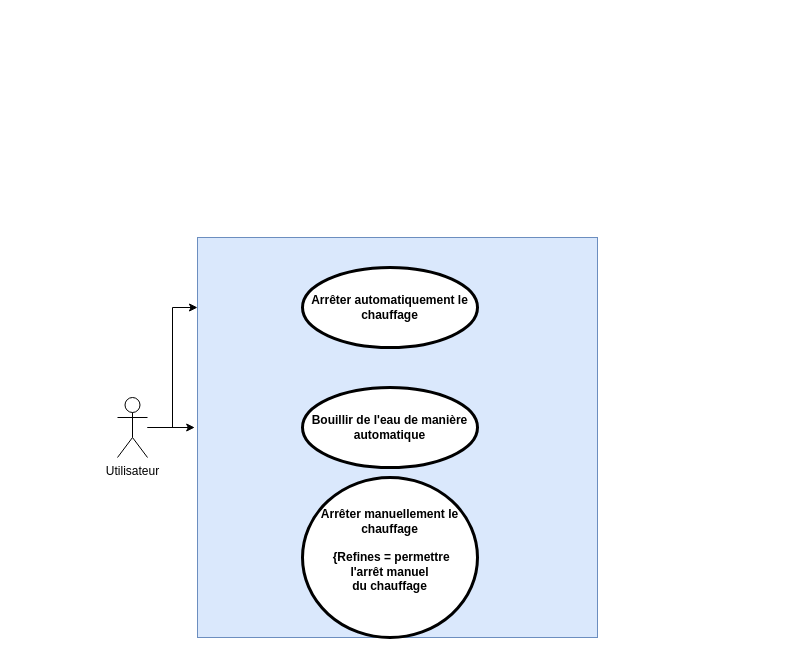
Before: docs/Diagramme.drawio in goulven-b/mon_classeur, a draw.io diagram. Source tidied: cells renumbered, new cells numbered last; positions are measured from the earlier drawing's top-left corner, leaving out a move shared by most shapes. Both pictures are drawn from the tidied source at 100%, with x=0, y=0 at pixel (117, 237).
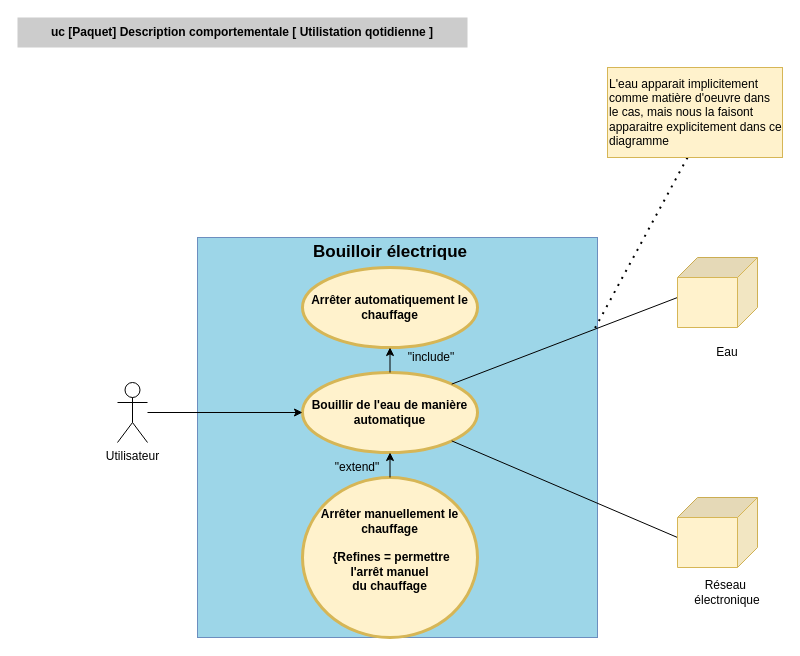
Above is the later version.

Commit message:
Mettre à jour Diagramme.drawio

Diff of the diagram source:
```diff
@@
-    <mxCell id="2" style="whiteSpace=wrap;html=1;fillColor=#dae8fc;strokeColor=#6c8ebf;" parent="1" vertex="1">
+    <mxCell id="2" style="whiteSpace=wrap;html=1;fillColor=#9DD6E8;strokeColor=#6c8ebf;" parent="1" vertex="1">
       <mxGeometry x="80" width="400" height="400" as="geometry" />
     </mxCell>
-    <mxCell id="3" style="edgeStyle=orthogonalEdgeStyle;rounded=0;jettySize=auto;html=1;" parent="1" edge="1" source="4" target="2">
-      <mxGeometry relative="1" as="geometry">
-        <Array as="points">
-          <mxPoint x="55" y="190" />
-          <mxPoint x="55" y="70" />
-        </Array>
-      </mxGeometry>
-    </mxCell>
     <mxCell id="4" value="Utilisateur" style="shape=umlActor;html=1;verticalLabelPosition=bottom;verticalAlign=top;align=center;" parent="1" vertex="1">
-      <mxGeometry y="160" width="30" height="60" as="geometry" />
+      <mxGeometry y="145" width="30" height="60" as="geometry" />
     </mxCell>
-    <mxCell id="5" value="Arrêter automatiquement le chauffage" style="shape=ellipse;html=1;strokeWidth=3;fontStyle=1;whiteSpace=wrap;align=center;perimeter=ellipsePerimeter;" parent="1" vertex="1">
+    <mxCell id="5" value="Arrêter automatiquement le chauffage" style="shape=ellipse;html=1;strokeWidth=3;fontStyle=1;whiteSpace=wrap;align=center;perimeter=ellipsePerimeter;fillColor=#fff2cc;strokeColor=#d6b656;" parent="1" vertex="1">
       <mxGeometry x="185" y="30" width="175" height="80" as="geometry" />
     </mxCell>
-    <mxCell id="6" value="Bouillir de l'eau de manière automatique" style="shape=ellipse;html=1;strokeWidth=3;fontStyle=1;whiteSpace=wrap;align=center;perimeter=ellipsePerimeter;" parent="1" vertex="1">
-      <mxGeometry x="185" y="150" width="175" height="80" as="geometry" />
+    <mxCell id="6" value="Bouillir de l'eau de manière automatique" style="shape=ellipse;html=1;strokeWidth=3;fontStyle=1;whiteSpace=wrap;align=center;perimeter=ellipsePerimeter;fillColor=#fff2cc;strokeColor=#d6b656;" parent="1" vertex="1">
+      <mxGeometry x="185" y="135" width="175" height="80" as="geometry" />
     </mxCell>
-    <mxCell id="7" value="Arrêter manuellement le chauffage&lt;div&gt;&lt;span style=&quot;background-color: transparent; color: light-dark(rgb(0, 0, 0), rgb(255, 255, 255));&quot;&gt;&lt;br&gt;&lt;/span&gt;&lt;/div&gt;&lt;div&gt;&lt;span style=&quot;background-color: transparent; color: light-dark(rgb(0, 0, 0), rgb(255, 255, 255));&quot;&gt;&amp;nbsp;{Refines = permettre&lt;/span&gt;&lt;/div&gt;&lt;div style=&quot;&quot;&gt;&lt;span style=&quot;background-color: transparent; color: light-dark(rgb(0, 0, 0), rgb(255, 255, 255));&quot;&gt;l'arrêt manuel&lt;/span&gt;&lt;/div&gt;&lt;div style=&quot;&quot;&gt;&lt;span style=&quot;background-color: transparent; color: light-dark(rgb(0, 0, 0), rgb(255, 255, 255));&quot;&gt;du chauffage&lt;/span&gt;&lt;/div&gt;&lt;div style=&quot;&quot;&gt;&amp;nbsp; &amp;nbsp;&amp;nbsp;&lt;/div&gt;" style="shape=ellipse;html=1;strokeWidth=3;fontStyle=1;whiteSpace=wrap;align=center;perimeter=ellipsePerimeter;" parent="1" vertex="1">
+    <mxCell id="7" value="Arrêter manuellement le chauffage&lt;div&gt;&lt;span style=&quot;background-color: transparent; color: light-dark(rgb(0, 0, 0), rgb(255, 255, 255));&quot;&gt;&lt;br&gt;&lt;/span&gt;&lt;/div&gt;&lt;div&gt;&lt;span style=&quot;background-color: transparent; color: light-dark(rgb(0, 0, 0), rgb(255, 255, 255));&quot;&gt;&amp;nbsp;{Refines = permettre&lt;/span&gt;&lt;/div&gt;&lt;div style=&quot;&quot;&gt;&lt;span style=&quot;background-color: transparent; color: light-dark(rgb(0, 0, 0), rgb(255, 255, 255));&quot;&gt;l'arrêt manuel&lt;/span&gt;&lt;/div&gt;&lt;div style=&quot;&quot;&gt;&lt;span style=&quot;background-color: transparent; color: light-dark(rgb(0, 0, 0), rgb(255, 255, 255));&quot;&gt;du chauffage&lt;/span&gt;&lt;/div&gt;&lt;div style=&quot;&quot;&gt;&amp;nbsp; &amp;nbsp;&amp;nbsp;&lt;/div&gt;" style="shape=ellipse;html=1;strokeWidth=3;fontStyle=1;whiteSpace=wrap;align=center;perimeter=ellipsePerimeter;fillColor=#fff2cc;strokeColor=#d6b656;" parent="1" vertex="1">
       <mxGeometry x="185" y="240" width="175" height="160" as="geometry" />
     </mxCell>
-    <mxCell id="8" style="edgeStyle=orthogonalEdgeStyle;rounded=0;jettySize=auto;html=1;entryX=-0.007;entryY=0.475;entryDx=0;entryDy=0;entryPerimeter=0;" parent="1" edge="1" source="4" target="2">
-      <mxGeometry relative="1" as="geometry" />
-    </mxCell>
+    <mxCell id="9" style="endArrow=none;html=1;rounded=0;exitX=1;exitY=0;exitDx=0;exitDy=0;" parent="1" edge="1" source="6">
+      <mxGeometry relative="1" as="geometry">
+        <mxPoint x="560" y="60" as="targetPoint" />
+      </mxGeometry>
+    </mxCell>
+    <mxCell id="10" style="endArrow=none;html=1;rounded=0;exitX=1;exitY=1;exitDx=0;exitDy=0;" parent="1" edge="1" source="6">
+      <mxGeometry relative="1" as="geometry">
+        <mxPoint x="560" y="300" as="targetPoint" />
+      </mxGeometry>
+    </mxCell>
+    <mxCell id="11" style="shape=cube;whiteSpace=wrap;html=1;boundedLbl=1;backgroundOutline=1;darkOpacity=0.05;darkOpacity2=0.1;size=20;direction=south;fillColor=#fff2cc;strokeColor=#d6b656;" parent="1" vertex="1">
+      <mxGeometry x="560" y="20" width="80" height="70" as="geometry" />
+    </mxCell>
+    <mxCell id="12" style="endArrow=classic;html=1;rounded=0;entryX=0;entryY=0.5;entryDx=0;entryDy=0;" parent="1" edge="1" source="4" target="6">
+      <mxGeometry relative="1" as="geometry" />
+    </mxCell>
+    <mxCell id="13" style="endArrow=classic;html=1;rounded=0;exitX=0.5;exitY=0;exitDx=0;exitDy=0;entryX=0.5;entryY=1;entryDx=0;entryDy=0;" parent="1" edge="1" source="7" target="6">
+      <mxGeometry relative="1" as="geometry" />
+    </mxCell>
+    <mxCell id="14" style="endArrow=classic;html=1;rounded=0;exitX=0.5;exitY=0;exitDx=0;exitDy=0;entryX=0.5;entryY=1;entryDx=0;entryDy=0;" parent="1" edge="1" source="6" target="5">
+      <mxGeometry relative="1" as="geometry" />
+    </mxCell>
+    <mxCell id="15" value="&quot;extend&quot;" style="text;html=1;whiteSpace=wrap;strokeColor=none;fillColor=none;align=center;verticalAlign=middle;rounded=0;" parent="1" vertex="1">
+      <mxGeometry x="210" y="215" width="60" height="30" as="geometry" />
+    </mxCell>
+    <mxCell id="16" value="&quot;include&quot;" style="text;html=1;whiteSpace=wrap;strokeColor=none;fillColor=none;align=center;verticalAlign=middle;rounded=0;" parent="1" vertex="1">
+      <mxGeometry x="284" y="105" width="60" height="30" as="geometry" />
+    </mxCell>
+    <mxCell id="17" value="Eau" style="text;html=1;whiteSpace=wrap;strokeColor=none;fillColor=none;align=center;verticalAlign=middle;rounded=0;" parent="1" vertex="1">
+      <mxGeometry x="580" y="100" width="60" height="30" as="geometry" />
+    </mxCell>
+    <mxCell id="18" value="Réseau&amp;nbsp;&lt;div&gt;électronique&lt;/div&gt;" style="text;html=1;whiteSpace=wrap;strokeColor=none;fillColor=none;align=center;verticalAlign=middle;rounded=0;" parent="1" vertex="1">
+      <mxGeometry x="580" y="340" width="60" height="30" as="geometry" />
+    </mxCell>
+    <mxCell id="19" style="endArrow=none;dashed=1;html=1;dashPattern=1 3;strokeWidth=2;rounded=0;entryX=0.993;entryY=0.228;entryDx=0;entryDy=0;entryPerimeter=0;" parent="1" edge="1" target="2">
+      <mxGeometry relative="1" as="geometry">
+        <mxPoint x="570" y="-80" as="sourcePoint" />
+      </mxGeometry>
+    </mxCell>
+    <mxCell id="20" value="L'eau apparait implicitement comme matière d'oeuvre dans le cas, mais nous la faisont apparaitre explicitement dans ce diagramme" style="text;html=1;whiteSpace=wrap;strokeColor=#d6b656;fillColor=#fff2cc;align=left;verticalAlign=middle;rounded=0;" parent="1" vertex="1">
+      <mxGeometry x="490" y="-170" width="175" height="90" as="geometry" />
+    </mxCell>
+    <mxCell id="21" style="shape=cube;whiteSpace=wrap;html=1;boundedLbl=1;backgroundOutline=1;darkOpacity=0.05;darkOpacity2=0.1;size=20;direction=south;fillColor=#fff2cc;strokeColor=#d6b656;" parent="1" vertex="1">
+      <mxGeometry x="560" y="260" width="80" height="70" as="geometry" />
+    </mxCell>
+    <mxCell id="22" value="&lt;b&gt;&lt;font style=&quot;font-size: 17px;&quot;&gt;Bouilloir électrique&lt;/font&gt;&lt;/b&gt;" style="text;html=1;whiteSpace=wrap;strokeColor=none;fillColor=none;align=center;verticalAlign=middle;rounded=0;" parent="1" vertex="1">
+      <mxGeometry x="173.8" width="197.5" height="30" as="geometry" />
+    </mxCell>
+    <mxCell id="23" value="&lt;b&gt;uc [Paquet] Description comportementale [ Utilistation qotidienne ]&lt;/b&gt;" style="text;html=1;whiteSpace=wrap;strokeColor=none;fillColor=#CCCCCC;align=center;verticalAlign=middle;rounded=0;" parent="1" vertex="1">
+      <mxGeometry x="-100" y="-220" width="450" height="30" as="geometry" />
+    </mxCell>
```
